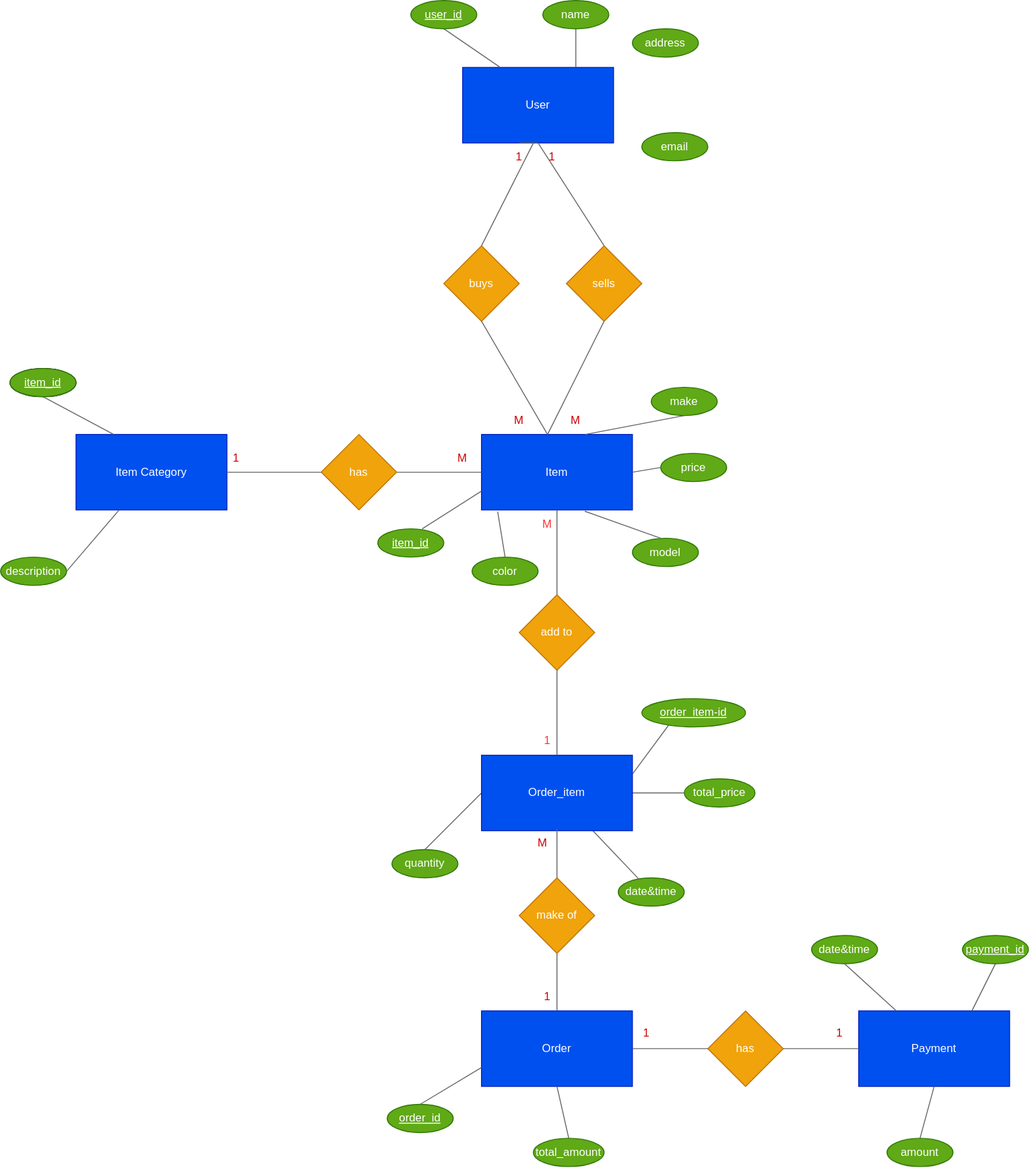
This is images/ER_diagram.drawio.svg from Hemakanth1/shopping-cart-system, a draw.io export, as it was before one commit. Source tidied: cells renumbered, new cells last; positions are measured from the earlier drawing's top-left corner, leaving out a move shared by most shapes.
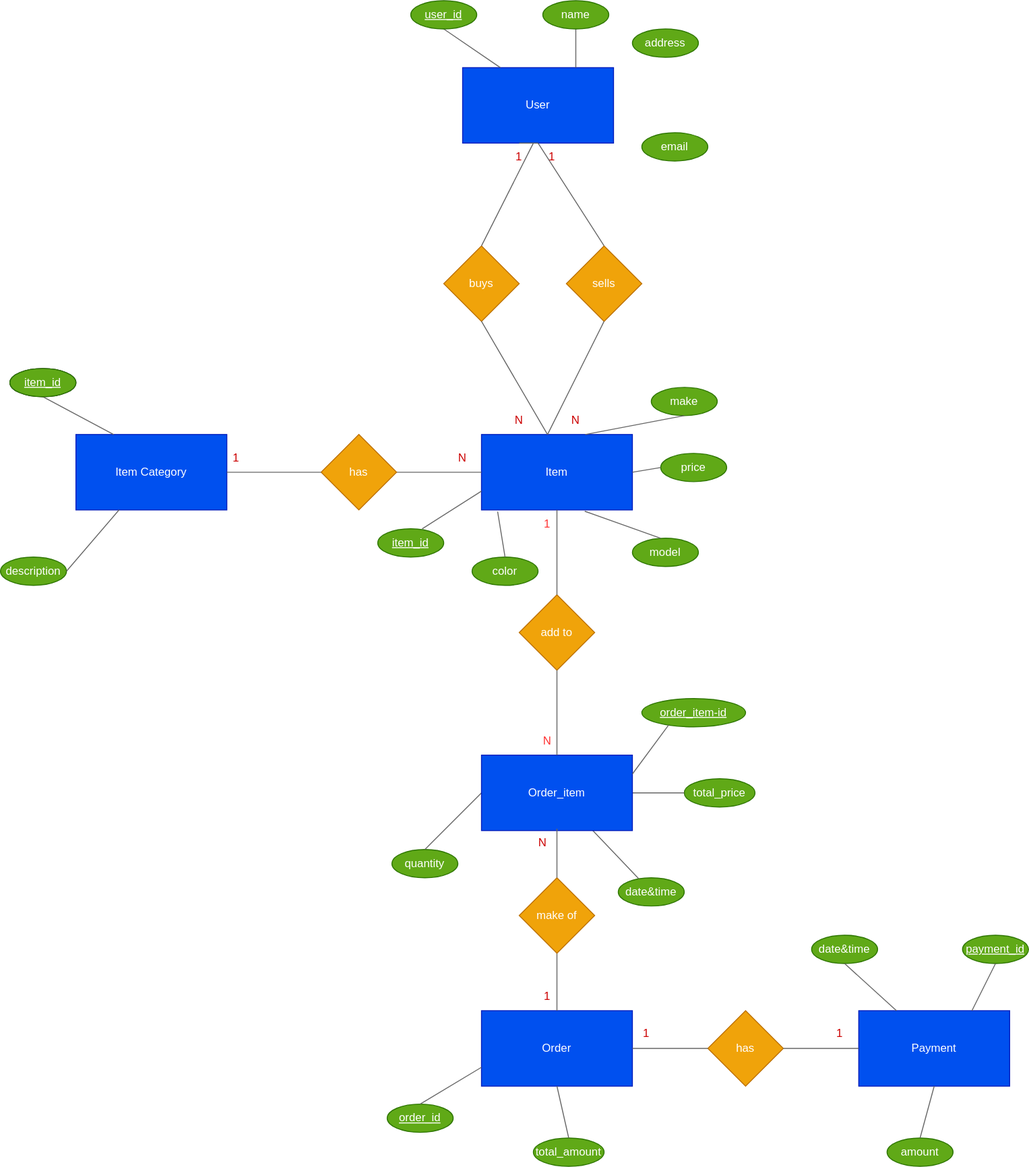
The same diagram one commit later.

The edit, as a diff of the source:
```diff
@@ -136,10 +136,10 @@
     <mxCell id="45" value="1" style="text;html=1;strokeColor=none;fillColor=none;align=center;verticalAlign=middle;whiteSpace=wrap;rounded=0;fontColor=#CC0000;" parent="1" vertex="1">
       <mxGeometry x="550" y="1041" width="60" height="30" as="geometry" />
     </mxCell>
-    <mxCell id="46" value="M" style="text;html=1;strokeColor=none;fillColor=none;align=center;verticalAlign=middle;whiteSpace=wrap;rounded=0;fontColor=#FF3333;" parent="1" vertex="1">
+    <mxCell id="46" value="1" style="text;html=1;strokeColor=none;fillColor=none;align=center;verticalAlign=middle;whiteSpace=wrap;rounded=0;fontColor=#FF3333;" parent="1" vertex="1">
       <mxGeometry x="550" y="540" width="60" height="30" as="geometry" />
     </mxCell>
-    <mxCell id="47" value="M" style="text;html=1;strokeColor=none;fillColor=none;align=center;verticalAlign=middle;whiteSpace=wrap;rounded=0;fontColor=#CC0000;" parent="1" vertex="1">
+    <mxCell id="47" value="N" style="text;html=1;strokeColor=none;fillColor=none;align=center;verticalAlign=middle;whiteSpace=wrap;rounded=0;fontColor=#CC0000;" parent="1" vertex="1">
       <mxGeometry x="580" y="430" width="60" height="30" as="geometry" />
     </mxCell>
     <mxCell id="48" value="1" style="text;html=1;strokeColor=none;fillColor=none;align=center;verticalAlign=middle;whiteSpace=wrap;rounded=0;fontColor=#CC0000;" parent="1" vertex="1">
@@ -148,7 +148,7 @@
     <mxCell id="49" value="1" style="text;html=1;strokeColor=none;fillColor=none;align=center;verticalAlign=middle;whiteSpace=wrap;rounded=0;fontColor=#CC0000;" parent="1" vertex="1">
       <mxGeometry x="220" y="470" width="60" height="30" as="geometry" />
     </mxCell>
-    <mxCell id="50" value="M" style="text;html=1;strokeColor=none;fillColor=none;align=center;verticalAlign=middle;whiteSpace=wrap;rounded=0;fontColor=#CC0000;" parent="1" vertex="1">
+    <mxCell id="50" value="N" style="text;html=1;strokeColor=none;fillColor=none;align=center;verticalAlign=middle;whiteSpace=wrap;rounded=0;fontColor=#CC0000;" parent="1" vertex="1">
       <mxGeometry x="460" y="470" width="60" height="30" as="geometry" />
     </mxCell>
     <mxCell id="51" value="Order_item" style="rounded=0;whiteSpace=wrap;html=1;fillColor=#0050ef;fontColor=#ffffff;strokeColor=#001DBC;" parent="1" vertex="1">
@@ -157,7 +157,7 @@
     <mxCell id="52" value="&lt;font color=&quot;#ffffff&quot;&gt;make of&lt;/font&gt;" style="rhombus;whiteSpace=wrap;html=1;fontColor=#000000;fillColor=#f0a30a;strokeColor=#BD7000;" parent="1" vertex="1">
       <mxGeometry x="550" y="930" width="80" height="80" as="geometry" />
     </mxCell>
-    <mxCell id="53" value="M" style="text;html=1;strokeColor=none;fillColor=none;align=center;verticalAlign=middle;whiteSpace=wrap;rounded=0;fontColor=#CC0000;" parent="1" vertex="1">
+    <mxCell id="53" value="N" style="text;html=1;strokeColor=none;fillColor=none;align=center;verticalAlign=middle;whiteSpace=wrap;rounded=0;fontColor=#CC0000;" parent="1" vertex="1">
       <mxGeometry x="545" y="878" width="60" height="30" as="geometry" />
     </mxCell>
     <mxCell id="54" value="&lt;font color=&quot;#ffffff&quot;&gt;buys&lt;/font&gt;" style="rhombus;whiteSpace=wrap;html=1;fontColor=#000000;fillColor=#f0a30a;strokeColor=#BD7000;" parent="1" vertex="1">
@@ -202,10 +202,10 @@
     <mxCell id="67" value="1" style="text;html=1;strokeColor=none;fillColor=none;align=center;verticalAlign=middle;whiteSpace=wrap;rounded=0;fontColor=#CC0000;" parent="1" vertex="1">
       <mxGeometry x="520" y="151" width="60" height="30" as="geometry" />
     </mxCell>
-    <mxCell id="68" value="M" style="text;html=1;strokeColor=none;fillColor=none;align=center;verticalAlign=middle;whiteSpace=wrap;rounded=0;fontColor=#CC0000;" parent="1" vertex="1">
+    <mxCell id="68" value="N" style="text;html=1;strokeColor=none;fillColor=none;align=center;verticalAlign=middle;whiteSpace=wrap;rounded=0;fontColor=#CC0000;" parent="1" vertex="1">
       <mxGeometry x="520" y="430" width="60" height="30" as="geometry" />
     </mxCell>
-    <mxCell id="69" value="1" style="text;html=1;strokeColor=none;fillColor=none;align=center;verticalAlign=middle;whiteSpace=wrap;rounded=0;fontColor=#FF3333;" parent="1" vertex="1">
+    <mxCell id="69" value="N" style="text;html=1;strokeColor=none;fillColor=none;align=center;verticalAlign=middle;whiteSpace=wrap;rounded=0;fontColor=#FF3333;" parent="1" vertex="1">
       <mxGeometry x="550" y="770" width="60" height="30" as="geometry" />
     </mxCell>
     <mxCell id="70" value="1" style="text;html=1;strokeColor=none;fillColor=none;align=center;verticalAlign=middle;whiteSpace=wrap;rounded=0;fontColor=#CC0000;" parent="1" vertex="1">
```
